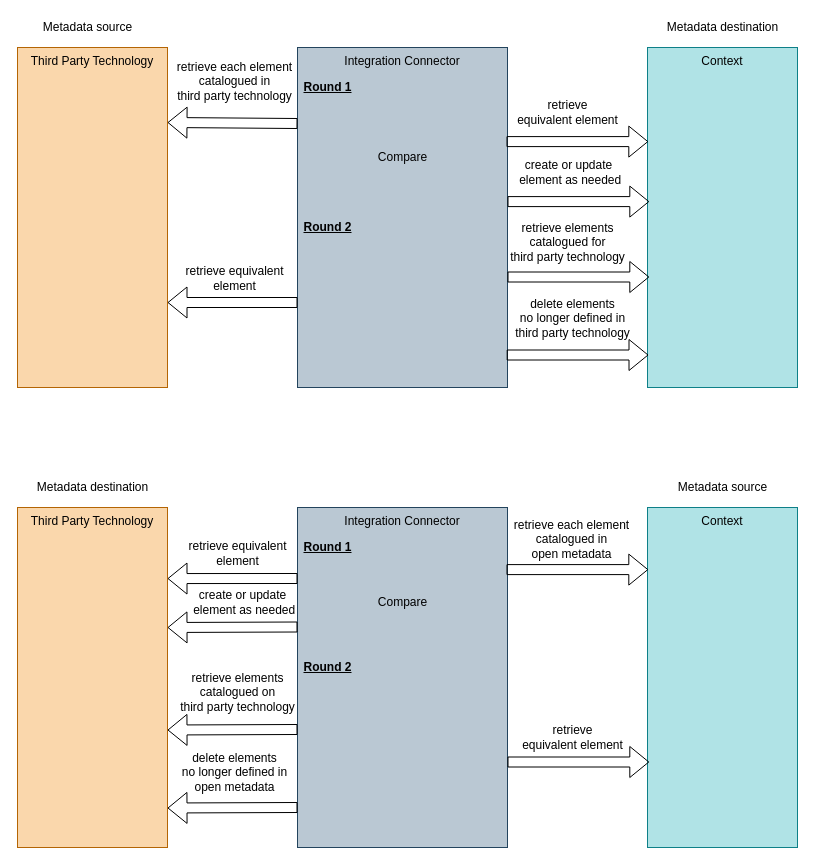
Before: page "metadata-flows" (4 of 4) of site/docs/guides/developer/integration-connectors/integration-connector.drawio in odpi/egeria-docs, a draw.io diagram. Source tidied: cells renumbered, new cells numbered last; positions are measured from the earlier drawing's top-left corner, leaving out a move shared by most shapes. Both pictures are drawn from the tidied source at 100%, with x=0, y=0 at pixel (17, 17).
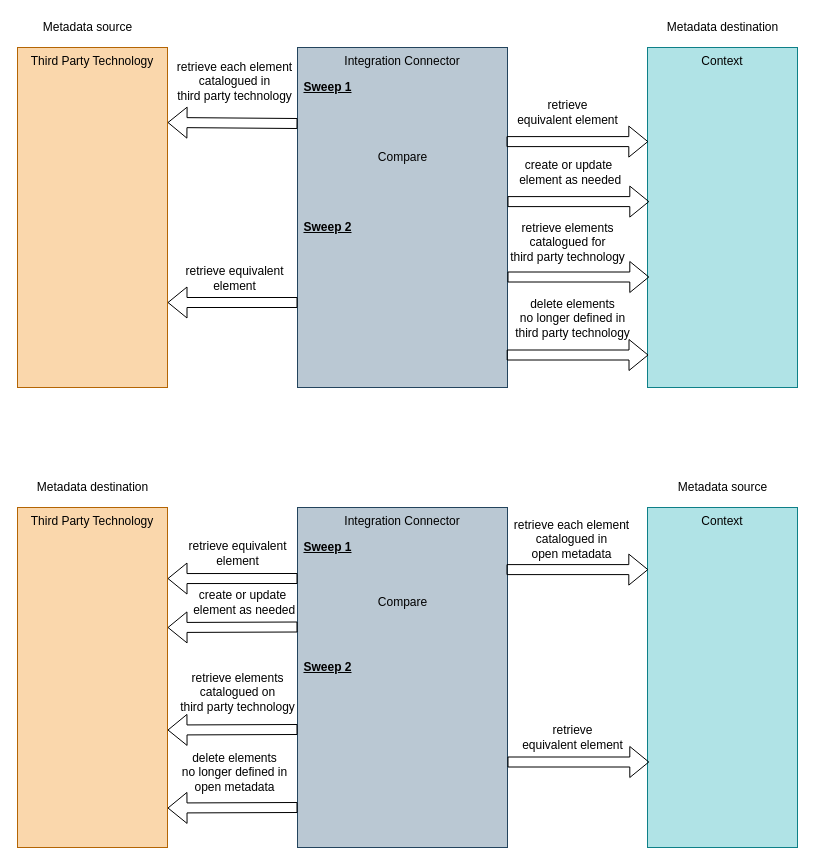
Above is the later version.

The edit, as a diff of the source:
```diff
@@
-    <mxCell id="12" value="Round 1" style="text;html=1;align=center;verticalAlign=middle;strokeColor=none;fillColor=none;fontStyle=5;" parent="1" vertex="1">
+    <mxCell id="12" value="Sweep 1" style="text;html=1;align=center;verticalAlign=middle;strokeColor=none;fillColor=none;fontStyle=5;" parent="1" vertex="1">
       <mxGeometry x="280" y="60" width="60" height="20" as="geometry" />
     </mxCell>
@@
-    <mxCell id="14" value="Round 2" style="text;html=1;align=center;verticalAlign=middle;strokeColor=none;fillColor=none;fontStyle=5;" parent="1" vertex="1">
+    <mxCell id="14" value="Sweep 2" style="text;html=1;align=center;verticalAlign=middle;strokeColor=none;fillColor=none;fontStyle=5;" parent="1" vertex="1">
       <mxGeometry x="280" y="200" width="60" height="20" as="geometry" />
     </mxCell>
@@
-    <mxCell id="29" value="Round 1" style="text;html=1;align=center;verticalAlign=middle;strokeColor=none;fillColor=none;fontStyle=5;" parent="1" vertex="1">
+    <mxCell id="29" value="Sweep 1" style="text;html=1;align=center;verticalAlign=middle;strokeColor=none;fillColor=none;fontStyle=5;" parent="1" vertex="1">
       <mxGeometry x="280" y="520" width="60" height="20" as="geometry" />
     </mxCell>
@@
-    <mxCell id="31" value="Round 2" style="text;html=1;align=center;verticalAlign=middle;strokeColor=none;fillColor=none;fontStyle=5;" parent="1" vertex="1">
+    <mxCell id="31" value="Sweep 2" style="text;html=1;align=center;verticalAlign=middle;strokeColor=none;fillColor=none;fontStyle=5;" parent="1" vertex="1">
       <mxGeometry x="280" y="640" width="60" height="20" as="geometry" />
     </mxCell>
```
